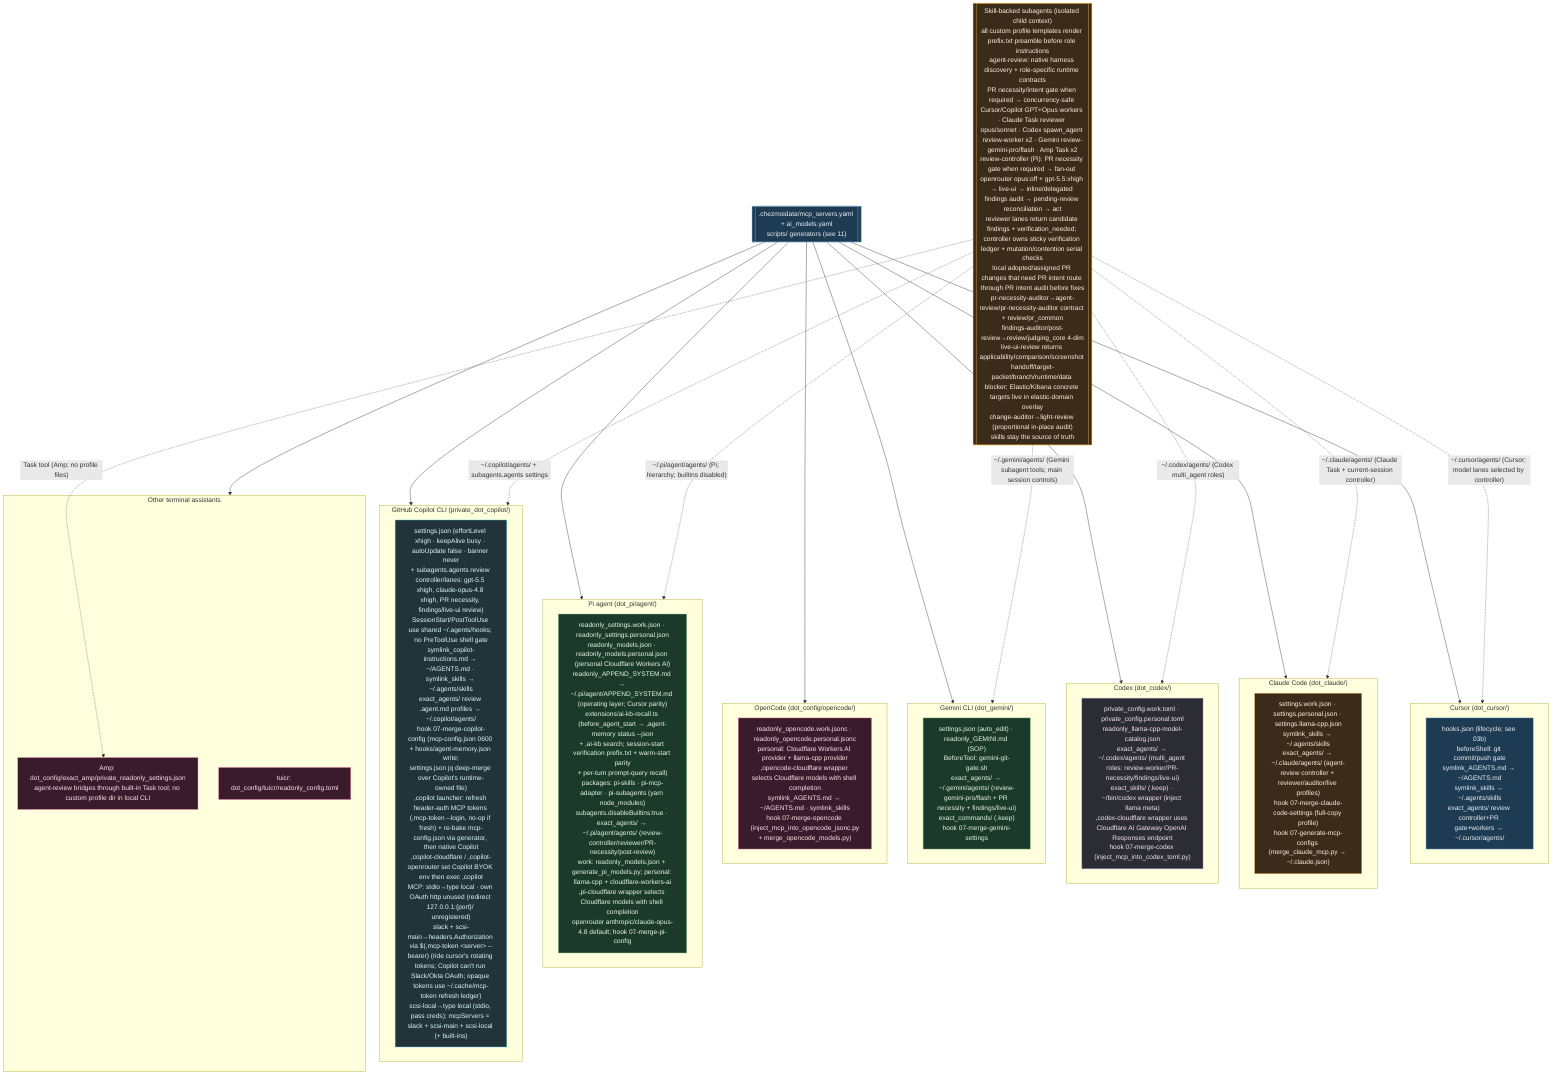
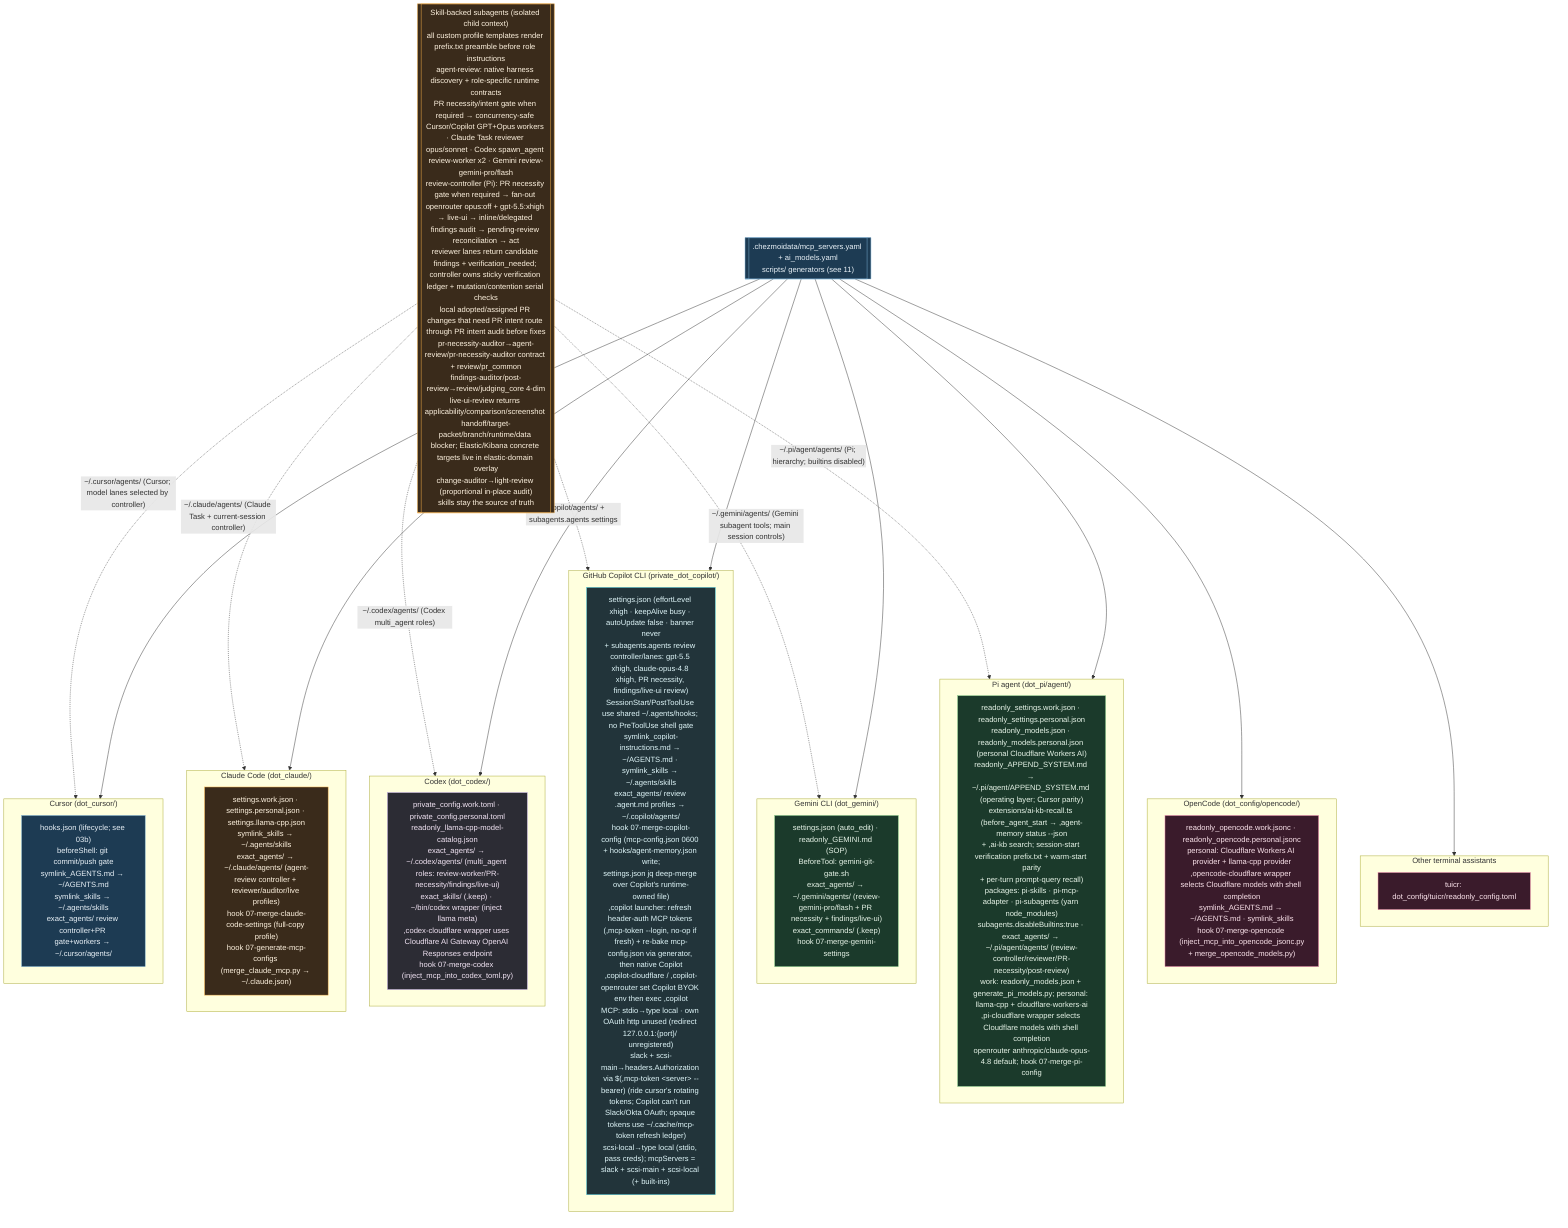
%% ============================================================================
%% 12-ai-tool-configs.mmd — Every per-tool AI config file in home/.
%% Pattern: source carries .work + .personal variants; a 07-merge-* hook picks
%% by isWork and merges generated MCP/model blocks into the live config.
%% ============================================================================
flowchart TB
    classDef cursor fill:#1d3b53,stroke:#7fb3d5,color:#eaf2f8;
    classDef claude fill:#3a2b1b,stroke:#ffb74d,color:#fff3e0;
    classDef codex fill:#2c2c34,stroke:#b39ddb,color:#f3e5f5;
    classDef gem fill:#1b3a2b,stroke:#81c784,color:#e8f5e9;
    classDef oc fill:#3a1b2b,stroke:#f48fb1,color:#fce4ec;
    classDef cop fill:#22343a,stroke:#4dd0e1,color:#e0f7fa;

    subgraph CURSOR["Cursor (dot_cursor/)"]
        CU["hooks.json (lifecycle; see 03b)<br/>beforeShell: git commit/push gate<br/>symlink_AGENTS.md → ~/AGENTS.md<br/>symlink_skills → ~/.agents/skills<br/>exact_agents/ review controller+PR gate+workers → ~/.cursor/agents/"]:::cursor
    end

    subgraph CLAUDE["Claude Code (dot_claude/)"]
        CLD["settings.work.json · settings.personal.json · settings.llama-cpp.json<br/>symlink_skills → ~/.agents/skills<br/>exact_agents/ → ~/.claude/agents/ (agent-review controller + reviewer/auditor/live profiles)<br/>hook 07-merge-claude-code-settings (full-copy profile)<br/>hook 07-generate-mcp-configs (merge_claude_mcp.py → ~/.claude.json)"]:::claude
    end

    subgraph CODEX["Codex (dot_codex/)"]
        CDX["private_config.work.toml · private_config.personal.toml<br/>readonly_llama-cpp-model-catalog.json<br/>exact_agents/ → ~/.codex/agents/ (multi_agent roles: review-worker/PR-necessity/findings/live-ui)<br/>exact_skills/ (.keep) · ~/bin/codex wrapper (inject llama meta)<br/>,codex-cloudflare wrapper uses Cloudflare AI Gateway OpenAI Responses endpoint<br/>hook 07-merge-codex (inject_mcp_into_codex_toml.py)"]:::codex
    end

    subgraph GEMINI["Gemini CLI (dot_gemini/)"]
        GMN["settings.json (auto_edit) · readonly_GEMINI.md (SOP)<br/>BeforeTool: gemini-git-gate.sh<br/>exact_agents/ → ~/.gemini/agents/ (review-gemini-pro/flash + PR necessity + findings/live-ui)<br/>exact_commands/ (.keep)<br/>hook 07-merge-gemini-settings"]:::gem
    end

    subgraph OPENCODE["OpenCode (dot_config/opencode/)"]
        OPC["readonly_opencode.work.jsonc · readonly_opencode.personal.jsonc<br/>personal: Cloudflare Workers AI provider + llama-cpp provider<br/>,opencode-cloudflare wrapper selects Cloudflare models with shell completion<br/>symlink_AGENTS.md → ~/AGENTS.md · symlink_skills<br/>hook 07-merge-opencode (inject_mcp_into_opencode_jsonc.py<br/>+ merge_opencode_models.py)"]:::oc
    end

    subgraph PI["Pi agent (dot_pi/agent/)"]
        PIA["readonly_settings.work.json · readonly_settings.personal.json<br/>readonly_models.json · readonly_models.personal.json (personal Cloudflare Workers AI)<br/>readonly_APPEND_SYSTEM.md → ~/.pi/agent/APPEND_SYSTEM.md (operating layer; Cursor parity)<br/>extensions/ai-kb-recall.ts (before_agent_start → ,agent-memory status --json<br/>+ ,ai-kb search; session-start verification prefix.txt + warm-start parity<br/>+ per-turn prompt-query recall)<br/>packages: pi-skills · pi-mcp-adapter · pi-subagents (yarn node_modules)<br/>subagents.disableBuiltins:true · exact_agents/ → ~/.pi/agent/agents/ (review-controller/reviewer/PR-necessity/post-review)<br/>work: readonly_models.json + generate_pi_models.py; personal: llama-cpp + cloudflare-workers-ai<br/>,pi-cloudflare wrapper selects Cloudflare models with shell completion<br/>openrouter anthropic/claude-opus-4.8 default; hook 07-merge-pi-config"]:::gem
    end

    subgraph COPILOT["GitHub Copilot CLI (private_dot_copilot/)"]
        COP["settings.json (effortLevel xhigh · keepAlive busy · autoUpdate false · banner never<br/>+ subagents.agents review controller/lanes: gpt-5.5 xhigh, claude-opus-4.8 xhigh, PR necessity, findings/live-ui review)<br/>SessionStart/PostToolUse use shared ~/.agents/hooks; no PreToolUse shell gate<br/>symlink_copilot-instructions.md → ~/AGENTS.md · symlink_skills → ~/.agents/skills<br/>exact_agents/ review .agent.md profiles → ~/.copilot/agents/<br/>hook 07-merge-copilot-config (mcp-config.json 0600 + hooks/agent-memory.json write;<br/>settings.json jq deep-merge over Copilot's runtime-owned file)<br/>,copilot launcher: refresh header-auth MCP tokens (,mcp-token --login, no-op if fresh) + re-bake mcp-config.json via generator, then native Copilot<br/>,copilot-cloudflare / ,copilot-openrouter set Copilot BYOK env then exec ,copilot<br/>MCP: stdio→type local · own OAuth http unused (redirect 127.0.0.1:{port}/ unregistered)<br/>slack + scsi-main→headers.Authorization via $(,mcp-token &lt;server&gt; --bearer) (ride cursor's rotating tokens; Copilot can't run Slack/Okta OAuth; opaque tokens use ~/.cache/mcp-token refresh ledger)<br/>scsi-local→type local (stdio, pass creds); mcpServers = slack + scsi-main + scsi-local (+ built-ins)"]:::cop
    end

    subgraph OTHER["Other terminal assistants"]
-         AMP["Amp: dot_config/exact_amp/private_readonly_settings.json<br/>agent-review bridges through built-in Task tool; no custom profile dir in local CLI"]:::oc
        TUI["tuicr: dot_config/tuicr/readonly_config.toml"]:::oc
    end

    REG[[".chezmoidata/mcp_servers.yaml + ai_models.yaml<br/>scripts/ generators (see 11)"]]:::cursor
    REG --> CURSOR & CLAUDE & CODEX & GEMINI & OPENCODE & PI & COPILOT & OTHER

-     SUBA[["Skill-backed subagents (isolated child context)<br/>all custom profile templates render prefix.txt preamble before role instructions<br/>agent-review: native harness discovery + role-specific runtime contracts<br/>PR necessity/intent gate when required → concurrency-safe Cursor/Copilot GPT+Opus workers · Claude Task reviewer opus/sonnet · Codex spawn_agent review-worker x2 · Gemini review-gemini-pro/flash · Amp Task x2<br/>review-controller (Pi): PR necessity gate when required → fan-out openrouter opus:off + gpt-5.5:xhigh → live-ui → inline/delegated findings audit → pending-review reconciliation → act<br/>reviewer lanes return candidate findings + verification_needed; controller owns sticky verification ledger + mutation/contention serial checks<br/>local adopted/assigned PR changes that need PR intent route through PR intent audit before fixes<br/>pr-necessity-auditor→agent-review/pr-necessity-auditor contract + review/pr_common<br/>findings-auditor/post-review→review/judging_core 4-dim<br/>live-ui-review returns applicability/comparison/screenshot handoff/target-packet/branch/runtime/data blocker; Elastic/Kibana concrete targets live in elastic-domain overlay<br/>change-auditor→light-review (proportional in-place audit)<br/>skills stay the source of truth"]]:::claude
+     SUBA[["Skill-backed subagents (isolated child context)<br/>all custom profile templates render prefix.txt preamble before role instructions<br/>agent-review: native harness discovery + role-specific runtime contracts<br/>PR necessity/intent gate when required → concurrency-safe Cursor/Copilot GPT+Opus workers · Claude Task reviewer opus/sonnet · Codex spawn_agent review-worker x2 · Gemini review-gemini-pro/flash<br/>review-controller (Pi): PR necessity gate when required → fan-out openrouter opus:off + gpt-5.5:xhigh → live-ui → inline/delegated findings audit → pending-review reconciliation → act<br/>reviewer lanes return candidate findings + verification_needed; controller owns sticky verification ledger + mutation/contention serial checks<br/>local adopted/assigned PR changes that need PR intent route through PR intent audit before fixes<br/>pr-necessity-auditor→agent-review/pr-necessity-auditor contract + review/pr_common<br/>findings-auditor/post-review→review/judging_core 4-dim<br/>live-ui-review returns applicability/comparison/screenshot handoff/target-packet/branch/runtime/data blocker; Elastic/Kibana concrete targets live in elastic-domain overlay<br/>change-auditor→light-review (proportional in-place audit)<br/>skills stay the source of truth"]]:::claude
    SUBA -.->|"~/.cursor/agents/ (Cursor; model lanes selected by controller)"| CURSOR
    SUBA -.->|"~/.copilot/agents/ + subagents.agents settings"| COPILOT
    SUBA -.->|"~/.claude/agents/ (Claude Task + current-session controller)"| CLAUDE
    SUBA -.->|"~/.codex/agents/ (Codex multi_agent roles)"| CODEX
    SUBA -.->|"~/.gemini/agents/ (Gemini subagent tools; main session controls)"| GEMINI
-     SUBA -.->|"Task tool (Amp; no profile files)"| AMP
    SUBA -.->|"~/.pi/agent/agents/ (Pi; hierarchy; builtins disabled)"| PI
